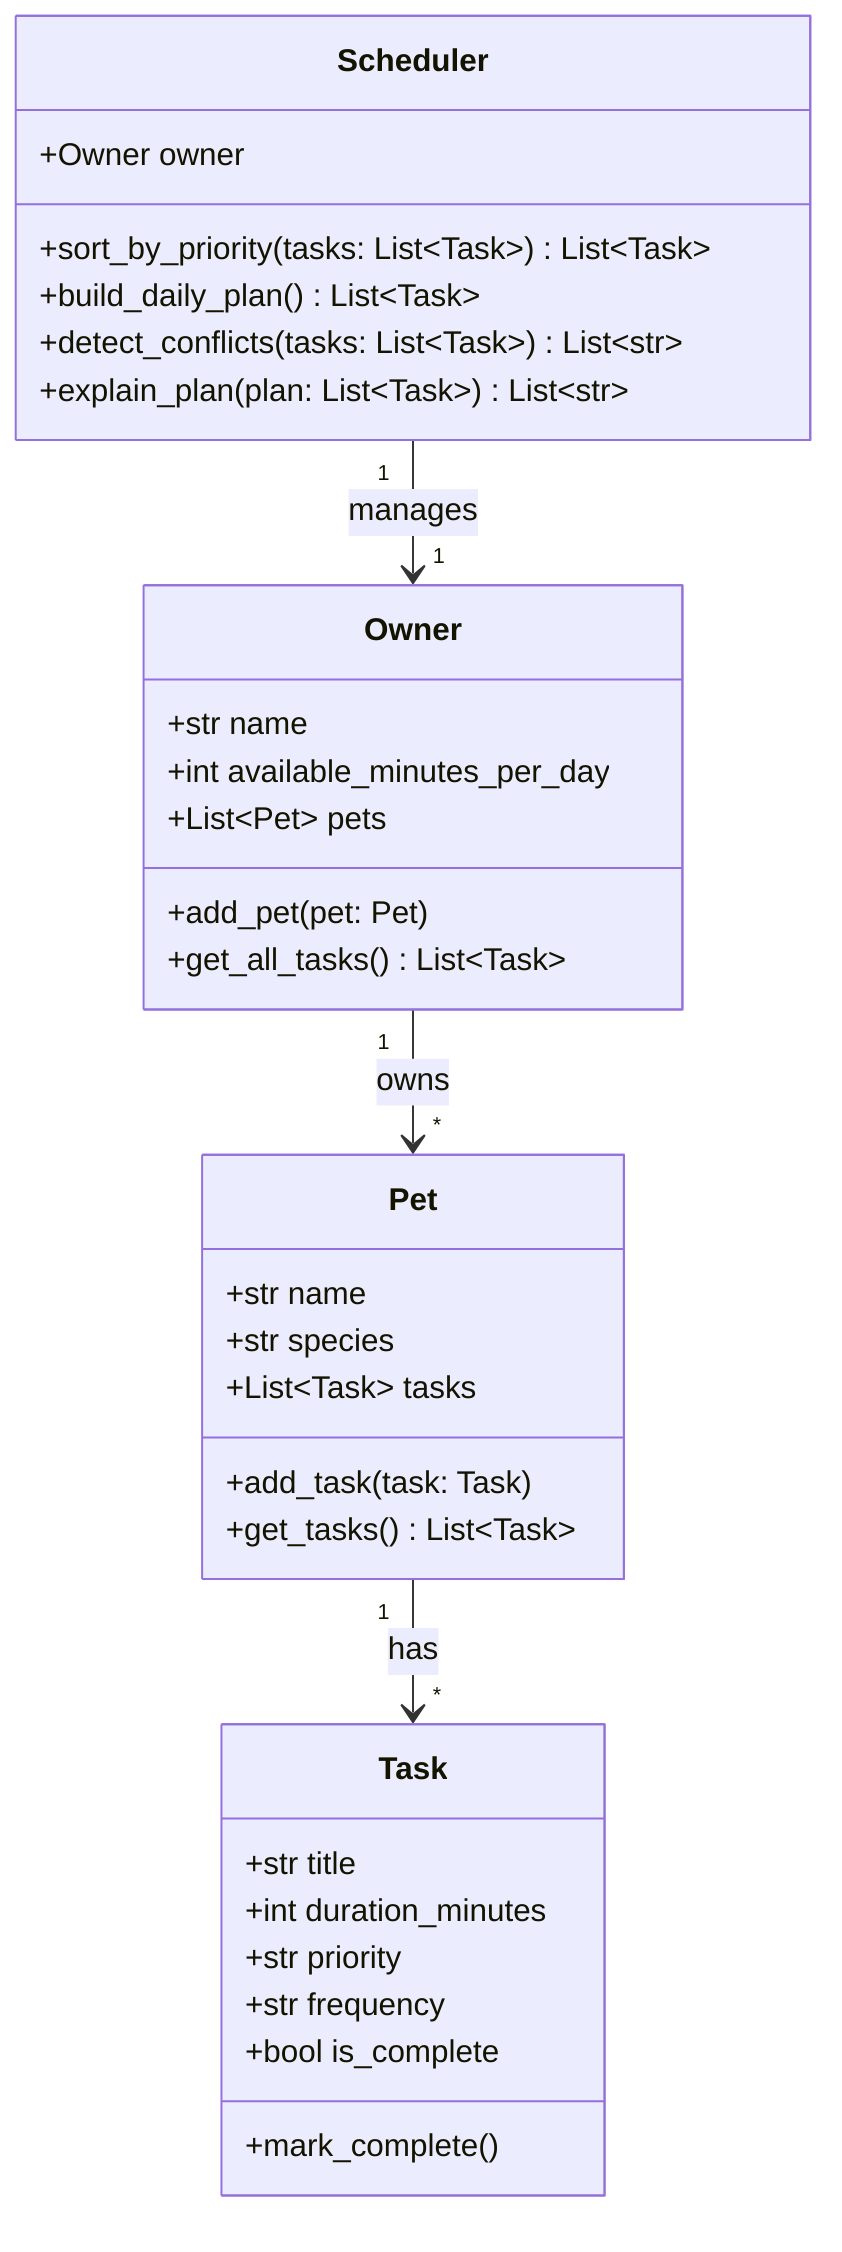
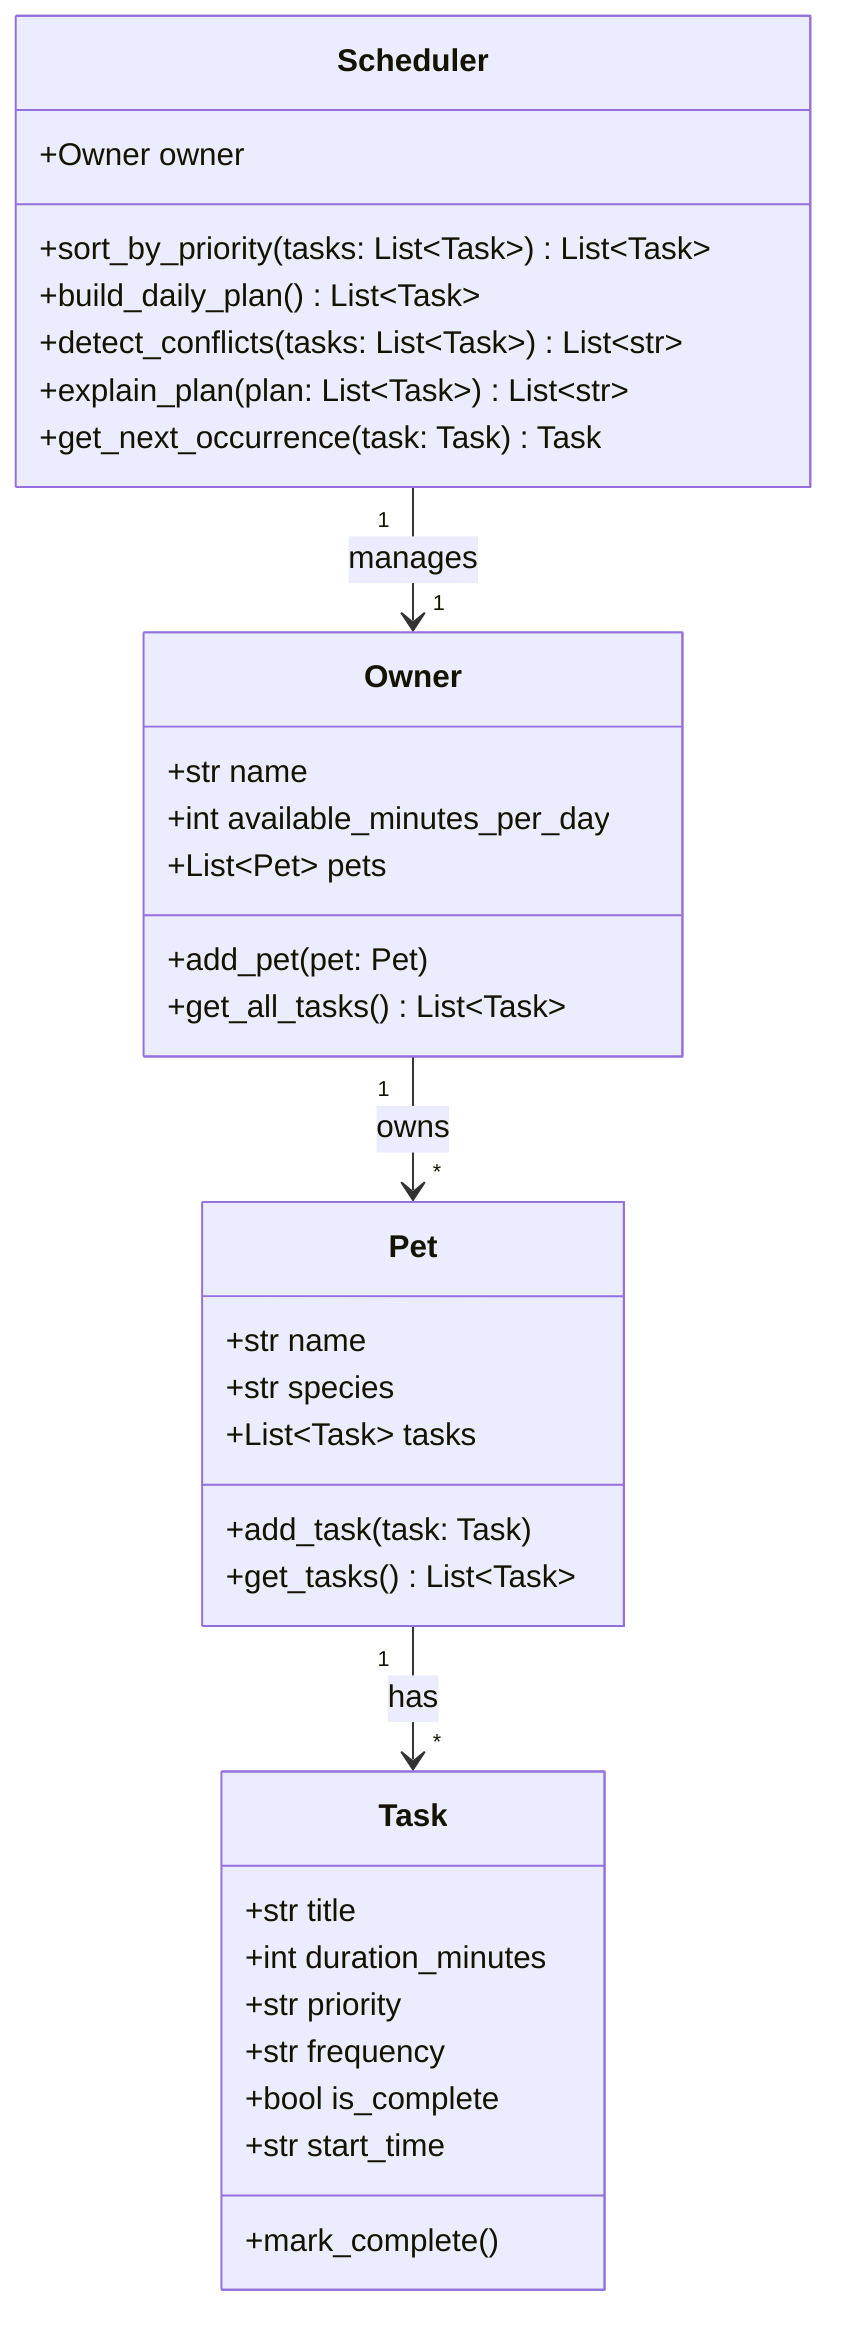
classDiagram
    class Owner {
        +str name
        +int available_minutes_per_day
        +List~Pet~ pets
        +add_pet(pet: Pet)
        +get_all_tasks() List~Task~
    }

    class Pet {
        +str name
        +str species
        +List~Task~ tasks
        +add_task(task: Task)
        +get_tasks() List~Task~
    }

    class Task {
        +str title
        +int duration_minutes
        +str priority
        +str frequency
        +bool is_complete
+         +str start_time
        +mark_complete()
    }

    class Scheduler {
        +Owner owner
        +sort_by_priority(tasks: List~Task~) List~Task~
        +build_daily_plan() List~Task~
        +detect_conflicts(tasks: List~Task~) List~str~
        +explain_plan(plan: List~Task~) List~str~
+         +get_next_occurrence(task: Task) Task
    }

    Owner "1" --> "*" Pet : owns
    Pet "1" --> "*" Task : has
    Scheduler "1" --> "1" Owner : manages